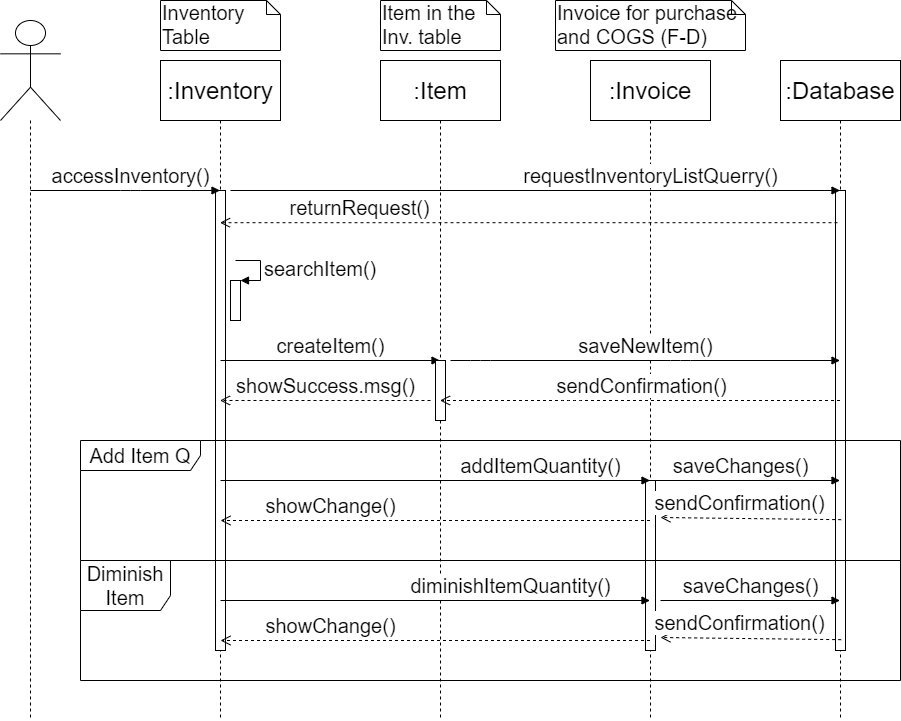
Before: Diagrams/Sequence Diagrams/SEQ_17-18-20_Register Add Diminish Inventory Items.png, a diagram exported from draw.io (kkasharaj17/SE-project). Source tidied: cells renumbered, new cells last; positions are measured from the earlier drawing's top-left corner, leaving out a move shared by most shapes. Source of this version:
```xml
<mxGraphModel>
  <root>
    <mxCell id="0" />
    <mxCell id="1" parent="0" />
    <mxCell id="2" value=":Invoice" style="shape=umlLifeline;perimeter=lifelinePerimeter;whiteSpace=wrap;html=1;outlineConnect=0;size=60;fontSize=24;" parent="1" vertex="1">
      <mxGeometry x="590" y="60" width="120" height="660" as="geometry" />
    </mxCell>
    <mxCell id="3" style="html=1;perimeter=orthogonalPerimeter;fontSize=20;" parent="2" vertex="1">
      <mxGeometry x="55" y="420" width="10" height="170" as="geometry" />
    </mxCell>
    <mxCell id="4" value=":Database" style="shape=umlLifeline;perimeter=lifelinePerimeter;whiteSpace=wrap;html=1;outlineConnect=0;size=60;fontSize=24;" parent="1" vertex="1">
      <mxGeometry x="780" y="60" width="120" height="660" as="geometry" />
    </mxCell>
    <mxCell id="5" style="html=1;points=[];perimeter=orthogonalPerimeter;fontSize=20;" parent="4" vertex="1">
      <mxGeometry x="55" y="130" width="10" height="460" as="geometry" />
    </mxCell>
    <mxCell id="6" value=":Inventory" style="shape=umlLifeline;perimeter=lifelinePerimeter;whiteSpace=wrap;html=1;outlineConnect=0;size=60;fontSize=24;" parent="1" vertex="1">
      <mxGeometry x="160" y="60" width="120" height="660" as="geometry" />
    </mxCell>
    <mxCell id="7" style="html=1;points=[];perimeter=orthogonalPerimeter;fontSize=20;" parent="6" vertex="1">
      <mxGeometry x="55" y="130" width="10" height="460" as="geometry" />
    </mxCell>
    <mxCell id="8" style="html=1;points=[];perimeter=orthogonalPerimeter;fontSize=20;" parent="6" vertex="1">
      <mxGeometry x="70" y="220" width="10" height="40" as="geometry" />
    </mxCell>
    <mxCell id="9" value="searchItem()" style="edgeStyle=orthogonalEdgeStyle;html=1;align=left;spacingLeft=2;endArrow=block;rounded=0;entryX=1;entryY=0;fontSize=20;" parent="6" edge="1" target="8">
      <mxGeometry relative="1" as="geometry">
        <mxPoint x="75" y="200" as="sourcePoint" />
        <Array as="points">
          <mxPoint x="100" y="200" />
        </Array>
      </mxGeometry>
    </mxCell>
    <mxCell id="10" value="createItem()" style="html=1;verticalAlign=bottom;endArrow=block;fontSize=20;" parent="6" edge="1" target="15">
      <mxGeometry relative="1" as="geometry">
        <mxPoint x="60" y="300" as="sourcePoint" />
      </mxGeometry>
    </mxCell>
    <mxCell id="11" value="showChange()" style="html=1;verticalAlign=bottom;endArrow=open;dashed=1;endSize=8;fontSize=20;" parent="6" edge="1" source="2">
      <mxGeometry x="0.49" relative="1" as="geometry">
        <mxPoint x="60" y="460" as="targetPoint" />
      </mxGeometry>
    </mxCell>
    <mxCell id="12" value="Add Item Q" style="shape=umlFrame;whiteSpace=wrap;html=1;fontSize=20;width=120;height=30;" parent="1" vertex="1">
      <mxGeometry x="80" y="440" width="820" height="120" as="geometry" />
    </mxCell>
    <mxCell id="13" style="shape=umlLifeline;participant=umlActor;perimeter=lifelinePerimeter;whiteSpace=wrap;html=1;verticalAlign=top;spacingTop=36;labelBackgroundColor=#ffffff;size=100;" parent="1" vertex="1">
      <mxGeometry y="20" width="60" height="700" as="geometry" />
    </mxCell>
    <mxCell id="14" value="accessInventory()" style="html=1;verticalAlign=bottom;endArrow=block;fontSize=20;" parent="13" edge="1" target="6">
      <mxGeometry x="0.06" relative="1" as="geometry">
        <mxPoint x="30" y="170" as="sourcePoint" />
        <Array as="points">
          <mxPoint x="130" y="170" />
        </Array>
      </mxGeometry>
    </mxCell>
    <mxCell id="15" value=":Item" style="shape=umlLifeline;perimeter=lifelinePerimeter;whiteSpace=wrap;html=1;outlineConnect=0;size=60;fontSize=24;" parent="1" vertex="1">
      <mxGeometry x="380" y="60" width="120" height="660" as="geometry" />
    </mxCell>
    <mxCell id="16" value="saveNewItem()" style="html=1;verticalAlign=bottom;endArrow=block;fontSize=20;" parent="15" edge="1" target="4">
      <mxGeometry relative="1" as="geometry">
        <mxPoint x="70" y="300" as="sourcePoint" />
        <Array as="points">
          <mxPoint x="100" y="300" />
          <mxPoint x="300" y="300" />
        </Array>
      </mxGeometry>
    </mxCell>
    <mxCell id="17" style="html=1;perimeter=orthogonalPerimeter;fontSize=20;" parent="15" vertex="1">
      <mxGeometry x="55" y="300" width="10" height="60" as="geometry" />
    </mxCell>
    <mxCell id="18" value="Inventory Table" style="shape=note;whiteSpace=wrap;html=1;size=14;verticalAlign=top;align=left;spacingTop=-6;fontSize=20;" parent="1" vertex="1">
      <mxGeometry x="160" width="120" height="50" as="geometry" />
    </mxCell>
    <mxCell id="19" value="Item in the Inv. table" style="shape=note;whiteSpace=wrap;html=1;size=14;verticalAlign=top;align=left;spacingTop=-6;fontSize=20;" parent="1" vertex="1">
      <mxGeometry x="380" width="120" height="50" as="geometry" />
    </mxCell>
    <mxCell id="20" value="requestInventoryListQuerry()" style="html=1;verticalAlign=bottom;endArrow=block;fontSize=20;" parent="1" edge="1" target="4">
      <mxGeometry x="0.38" relative="1" as="geometry">
        <mxPoint x="230" y="190" as="sourcePoint" />
        <Array as="points">
          <mxPoint x="230" y="190" />
        </Array>
      </mxGeometry>
    </mxCell>
    <mxCell id="21" value="returnRequest()" style="html=1;verticalAlign=bottom;endArrow=open;dashed=1;endSize=8;fontSize=20;exitX=0.2;exitY=0.07;exitDx=0;exitDy=0;exitPerimeter=0;" parent="1" edge="1" source="5" target="6">
      <mxGeometry x="0.55" relative="1" as="geometry" />
    </mxCell>
    <mxCell id="22" value="sendConfirmation()" style="html=1;verticalAlign=bottom;endArrow=open;dashed=1;endSize=8;fontSize=20;" parent="1" edge="1" source="4" target="15">
      <mxGeometry relative="1" as="geometry">
        <Array as="points">
          <mxPoint x="570" y="400" />
        </Array>
      </mxGeometry>
    </mxCell>
    <mxCell id="23" value="showSuccess.msg()" style="html=1;verticalAlign=bottom;endArrow=open;dashed=1;endSize=8;fontSize=20;" parent="1" edge="1" target="6">
      <mxGeometry relative="1" as="geometry">
        <mxPoint x="430" y="400" as="sourcePoint" />
      </mxGeometry>
    </mxCell>
    <mxCell id="24" value="addItemQuantity()" style="html=1;verticalAlign=bottom;endArrow=block;fontSize=20;" parent="1" edge="1" target="2">
      <mxGeometry x="0.49" relative="1" as="geometry">
        <mxPoint x="220" y="480" as="sourcePoint" />
      </mxGeometry>
    </mxCell>
    <mxCell id="25" value="saveChanges()" style="html=1;verticalAlign=bottom;endArrow=block;fontSize=20;" parent="1" edge="1" target="4">
      <mxGeometry relative="1" as="geometry">
        <mxPoint x="640" y="480" as="sourcePoint" />
      </mxGeometry>
    </mxCell>
    <mxCell id="26" value="sendConfirmation()" style="html=1;verticalAlign=bottom;endArrow=open;dashed=1;endSize=8;fontSize=20;" parent="1" edge="1">
      <mxGeometry x="0.11" y="-1" relative="1" as="geometry">
        <mxPoint x="840.7" y="519.2" as="sourcePoint" />
        <mxPoint x="660" y="517" as="targetPoint" />
        <mxPoint x="-1" as="offset" />
      </mxGeometry>
    </mxCell>
    <mxCell id="27" value="Diminish Item" style="shape=umlFrame;whiteSpace=wrap;html=1;fontSize=20;width=90;height=50;" parent="1" vertex="1">
      <mxGeometry x="80" y="560" width="820" height="120" as="geometry" />
    </mxCell>
    <mxCell id="28" value="Invoice for purchase and COGS (F-D)" style="shape=note;whiteSpace=wrap;html=1;size=14;verticalAlign=top;align=left;spacingTop=-6;fontSize=20;" parent="1" vertex="1">
      <mxGeometry x="555" width="190" height="50" as="geometry" />
    </mxCell>
    <mxCell id="29" value="diminishItemQuantity()" style="html=1;verticalAlign=bottom;endArrow=block;fontSize=20;" parent="1" edge="1">
      <mxGeometry x="0.35" relative="1" as="geometry">
        <mxPoint x="220" y="600" as="sourcePoint" />
        <mxPoint x="649.5" y="600" as="targetPoint" />
      </mxGeometry>
    </mxCell>
    <mxCell id="30" value="saveChanges()" style="html=1;verticalAlign=bottom;endArrow=block;fontSize=20;" parent="1" edge="1">
      <mxGeometry relative="1" as="geometry">
        <mxPoint x="660" y="600" as="sourcePoint" />
        <mxPoint x="839.5" y="600" as="targetPoint" />
      </mxGeometry>
    </mxCell>
    <mxCell id="31" value="sendConfirmation()" style="html=1;verticalAlign=bottom;endArrow=open;dashed=1;endSize=8;fontSize=20;" parent="1" edge="1">
      <mxGeometry x="0.11" y="-1" relative="1" as="geometry">
        <mxPoint x="840.7" y="639.2" as="sourcePoint" />
        <mxPoint x="660" y="637" as="targetPoint" />
        <mxPoint x="-1" as="offset" />
      </mxGeometry>
    </mxCell>
    <mxCell id="32" value="showChange()" style="html=1;verticalAlign=bottom;endArrow=open;dashed=1;endSize=8;fontSize=20;" parent="1" edge="1">
      <mxGeometry x="0.49" relative="1" as="geometry">
        <mxPoint x="649.5" y="640" as="sourcePoint" />
        <mxPoint x="220" y="640" as="targetPoint" />
      </mxGeometry>
    </mxCell>
  </root>
</mxGraphModel>
```
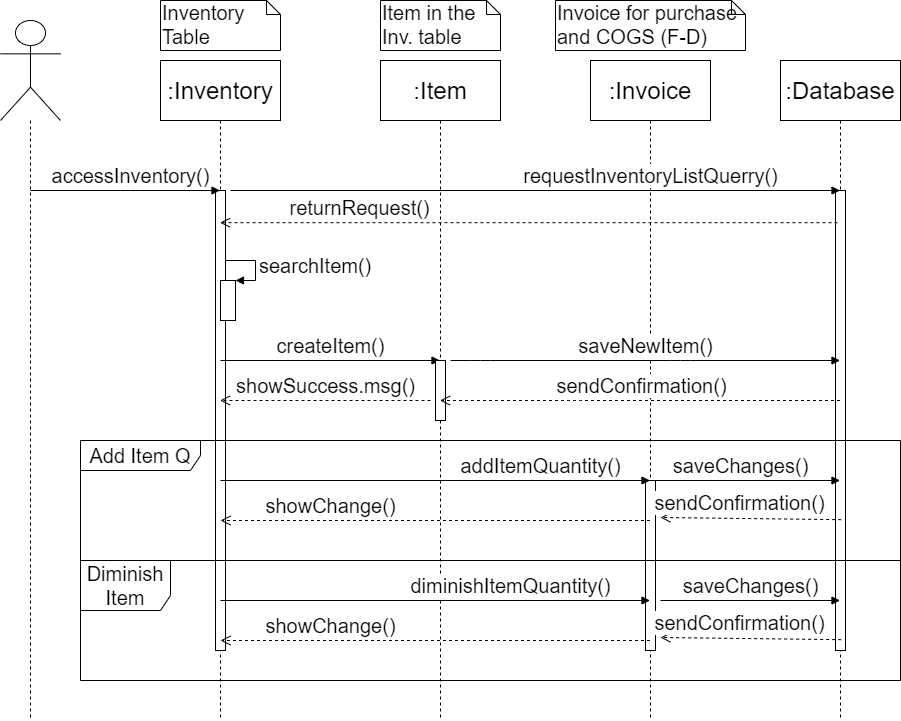
Above is the later version.

The edit, as a diff of the source:
```diff
@@ -21,13 +21,13 @@
       <mxGeometry x="55" y="130" width="10" height="460" as="geometry" />
     </mxCell>
     <mxCell id="8" style="html=1;points=[];perimeter=orthogonalPerimeter;fontSize=20;" parent="6" vertex="1">
-      <mxGeometry x="70" y="220" width="10" height="40" as="geometry" />
+      <mxGeometry x="60" y="220" width="15" height="40" as="geometry" />
     </mxCell>
-    <mxCell id="9" value="searchItem()" style="edgeStyle=orthogonalEdgeStyle;html=1;align=left;spacingLeft=2;endArrow=block;rounded=0;entryX=1;entryY=0;fontSize=20;" parent="6" edge="1" target="8">
+    <mxCell id="9" value="searchItem()" style="edgeStyle=orthogonalEdgeStyle;html=1;align=left;spacingLeft=2;endArrow=block;rounded=0;entryX=1;entryY=0;fontSize=20;" parent="6" edge="1" source="7" target="8">
       <mxGeometry relative="1" as="geometry">
-        <mxPoint x="75" y="200" as="sourcePoint" />
         <Array as="points">
-          <mxPoint x="100" y="200" />
+          <mxPoint x="95" y="200" />
+          <mxPoint x="95" y="220" />
         </Array>
       </mxGeometry>
     </mxCell>
```
